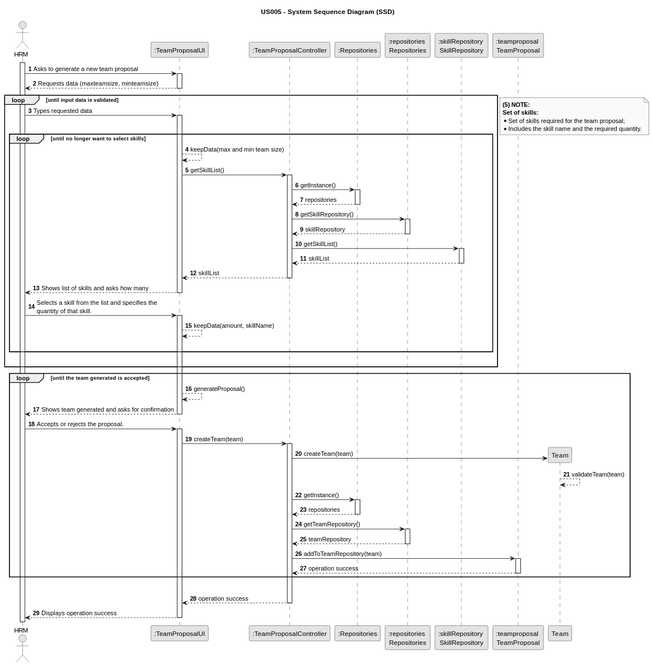
Above: docs/sprintB/us005/03.design/svg/us005-sequence-diagram.svg in Rui-San/LAPR2_2023_2024 (PlantUML), before the change.
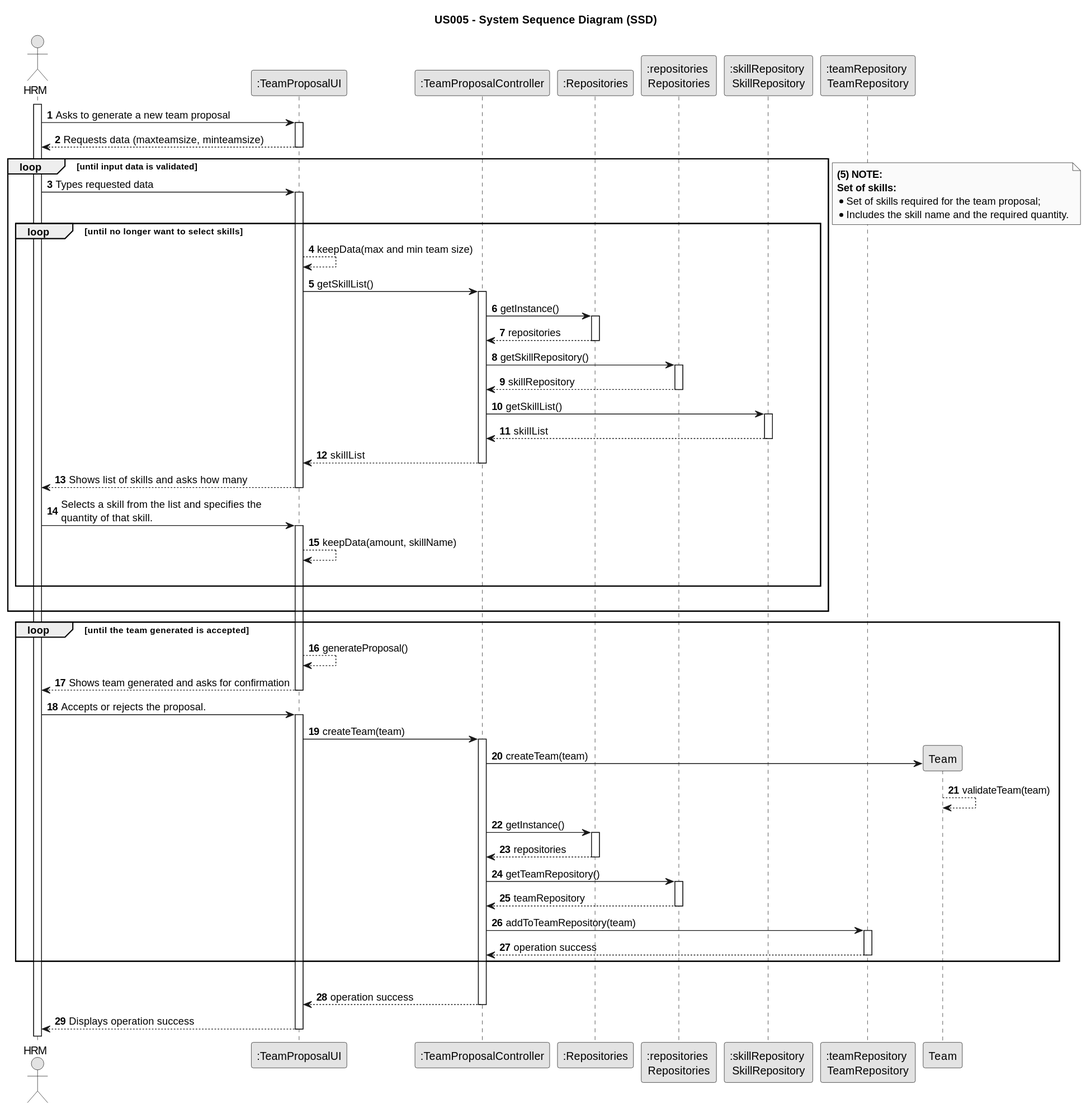
After the commit.

Commit message:
us005\design -Sequence diagram fixed and svg generated

The edit, as a diff of the source:
```diff
@@ -13,7 +13,7 @@
 participant ":Repositories" as REP
 participant ":repositories \nRepositories" as REPS
 participant ":skillRepository \nSkillRepository" as SR
-participant ":teamproposal \nTeamProposal" as TP
+participant ":teamRepository \nTeamRepository" as TP
 
 
 activate Employee
```
